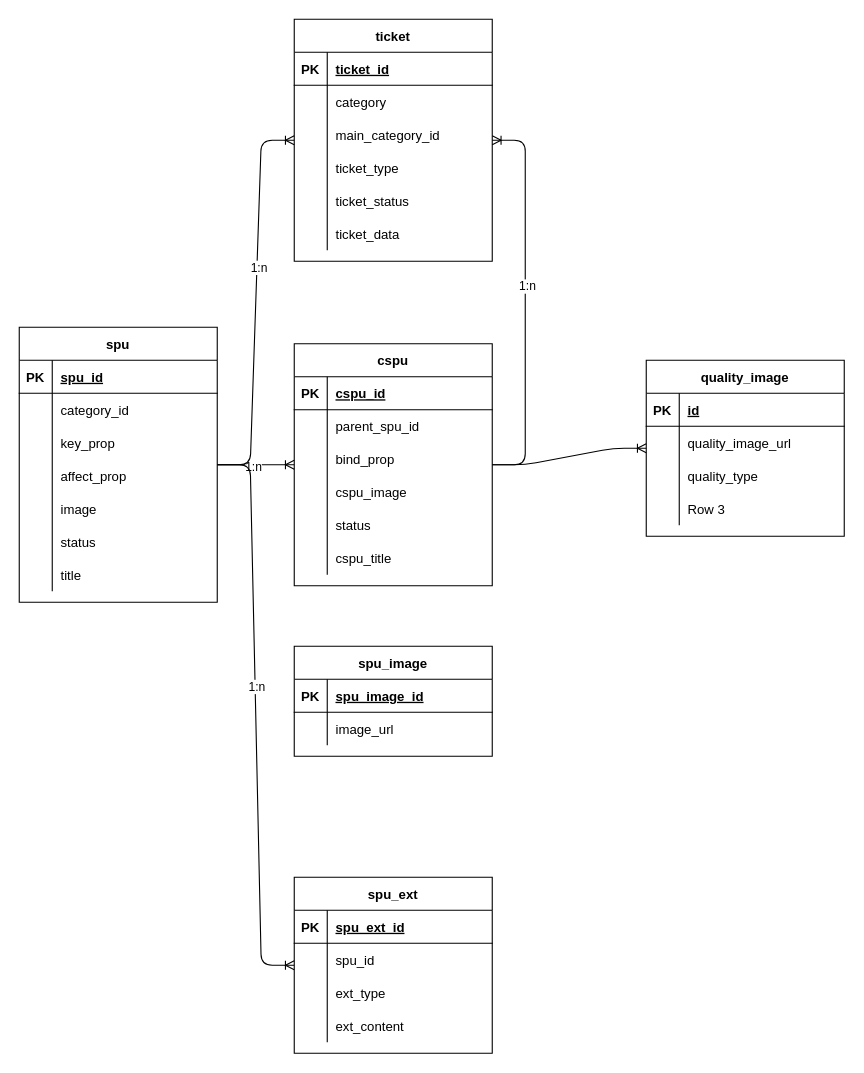
This is PersonalDoc/学习整理/电商知识整理/spu域.drawio from zero9230/sanguozhi11, a draw.io file, before an edit. Source tidied: cells renumbered, new cells numbered last; positions are measured from the earlier drawing's top-left corner, leaving out a move shared by most shapes. Both pictures are drawn from the tidied source at 110%, with x=0, y=0 at pixel (19, 19).
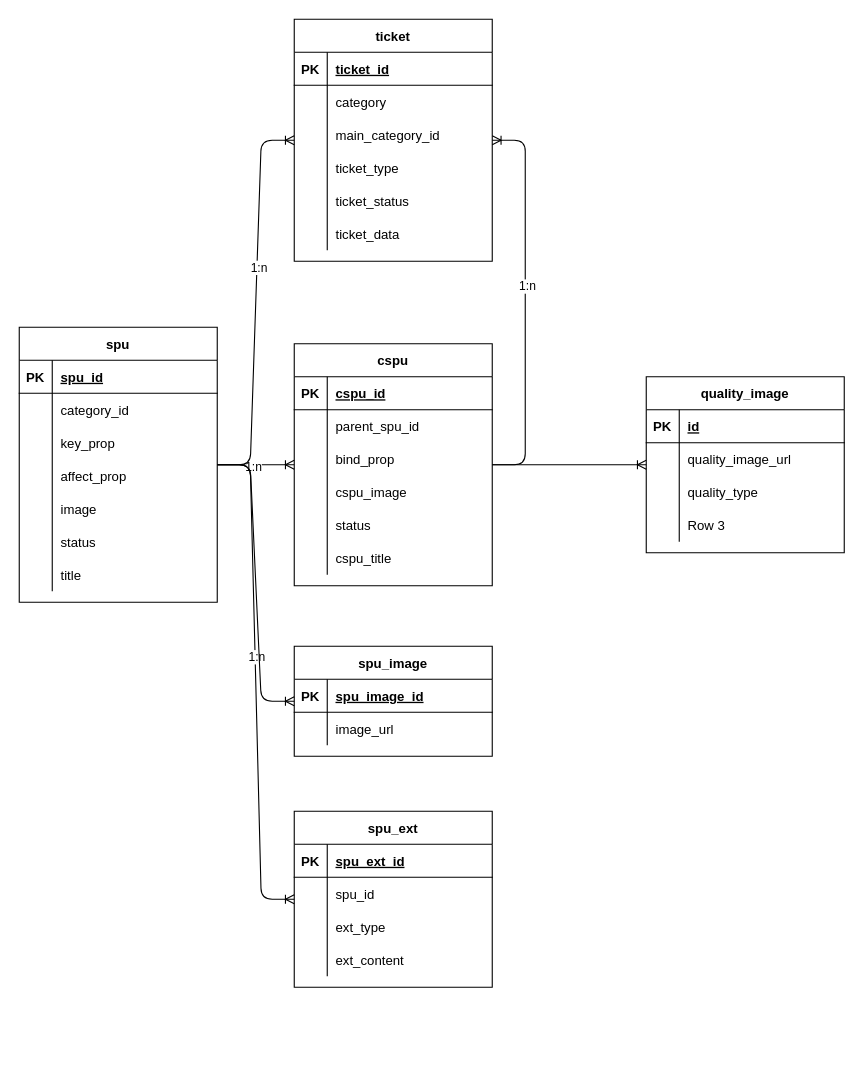
The same diagram, later.

The change refers to these unchanged cells:
```xml
<mxCell id="2" value="spu" style="shape=table;startSize=30;childLayout=tableLayout;rowLines=0;fontStyle=1;align=center;" parent="1" vertex="1">
  <mxGeometry y="280" width="180" height="250" as="geometry" />
</mxCell>
<mxCell id="81" value="spu_image" style="shape=table;startSize=30;childLayout=tableLayout;rowLines=0;fontStyle=1;align=center;" parent="1" vertex="1">
  <mxGeometry x="250" y="570" width="180" height="100" as="geometry" />
</mxCell>
```

The edit, as a diff of the source:
```diff
@@
     <mxCell id="68" value="spu_ext" style="shape=table;startSize=30;childLayout=tableLayout;rowLines=0;fontStyle=1;align=center;" parent="1" vertex="1">
-      <mxGeometry x="250" y="780" width="180" height="160" as="geometry" />
+      <mxGeometry x="250" y="720" width="180" height="160" as="geometry" />
     </mxCell>
@@
     <mxCell id="90" value="quality_image" style="shape=table;startSize=30;childLayout=tableLayout;rowLines=0;fontStyle=1;align=center;" parent="1" vertex="1">
-      <mxGeometry x="570" y="310" width="180" height="160" as="geometry" />
+      <mxGeometry x="570" y="325" width="180" height="160" as="geometry" />
     </mxCell>
@@
+    <mxCell id="104" style="edgeStyle=entityRelationEdgeStyle;fontSize=12;html=1;endArrow=ERoneToMany;" parent="1" edge="1" source="2" target="81">
+      <mxGeometry relative="1" as="geometry" />
+    </mxCell>
```
